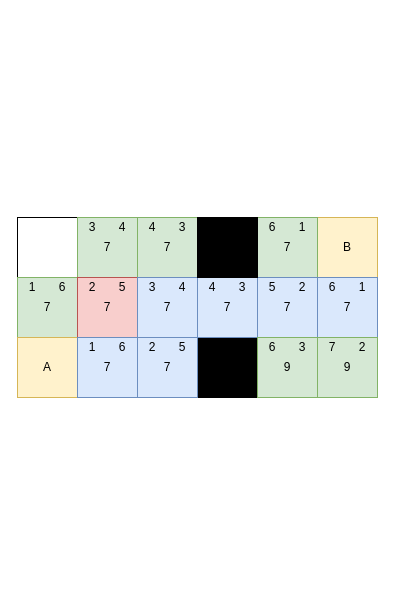
Earlier version of the draw.io diagram draw.io/A*.drawio (bezmuth/civ-like-a). Source tidied: cells renumbered, new cells numbered last; positions are measured from the earlier drawing's top-left corner, leaving out a move shared by most shapes. Both pictures are drawn from the tidied source at 100%, with x=0, y=0 at pixel (17, 217).
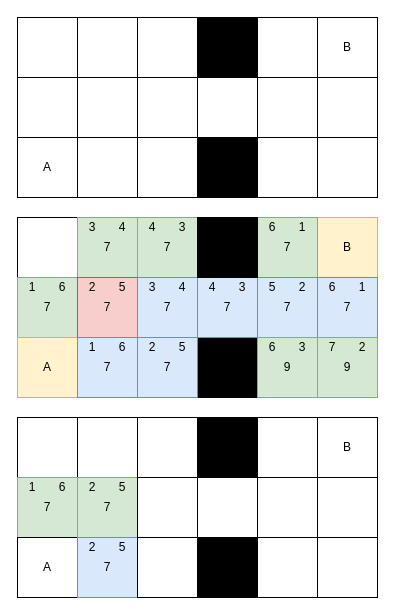
The same page after the edit.

Change to the diagram source:
```diff
@@
+    <mxCell id="47" style="rounded=0;whiteSpace=wrap;html=1;" parent="1" vertex="1">
+      <mxGeometry y="-200" width="60" height="60" as="geometry" />
+    </mxCell>
+    <mxCell id="48" style="rounded=0;whiteSpace=wrap;html=1;" parent="1" vertex="1">
+      <mxGeometry y="-140" width="60" height="60" as="geometry" />
+    </mxCell>
+    <mxCell id="49" value="A" style="rounded=0;whiteSpace=wrap;html=1;" parent="1" vertex="1">
+      <mxGeometry y="-80" width="60" height="60" as="geometry" />
+    </mxCell>
+    <mxCell id="50" style="rounded=0;whiteSpace=wrap;html=1;" parent="1" vertex="1">
+      <mxGeometry x="60" y="-200" width="60" height="60" as="geometry" />
+    </mxCell>
+    <mxCell id="51" style="rounded=0;whiteSpace=wrap;html=1;" parent="1" vertex="1">
+      <mxGeometry x="60" y="-140" width="60" height="60" as="geometry" />
+    </mxCell>
+    <mxCell id="52" style="rounded=0;whiteSpace=wrap;html=1;" parent="1" vertex="1">
+      <mxGeometry x="60" y="-80" width="60" height="60" as="geometry" />
+    </mxCell>
+    <mxCell id="53" style="rounded=0;whiteSpace=wrap;html=1;" parent="1" vertex="1">
+      <mxGeometry x="180" y="-200" width="60" height="60" as="geometry" />
+    </mxCell>
+    <mxCell id="54" style="rounded=0;whiteSpace=wrap;html=1;fillColor=#000000;" parent="1" vertex="1">
+      <mxGeometry x="180" y="-80" width="60" height="60" as="geometry" />
+    </mxCell>
+    <mxCell id="55" style="rounded=0;whiteSpace=wrap;html=1;" parent="1" vertex="1">
+      <mxGeometry x="180" y="-140" width="60" height="60" as="geometry" />
+    </mxCell>
+    <mxCell id="56" style="rounded=0;whiteSpace=wrap;html=1;" parent="1" vertex="1">
+      <mxGeometry x="120" y="-200" width="60" height="60" as="geometry" />
+    </mxCell>
+    <mxCell id="57" style="rounded=0;whiteSpace=wrap;html=1;" parent="1" vertex="1">
+      <mxGeometry x="120" y="-140" width="60" height="60" as="geometry" />
+    </mxCell>
+    <mxCell id="58" style="rounded=0;whiteSpace=wrap;html=1;" parent="1" vertex="1">
+      <mxGeometry x="120" y="-80" width="60" height="60" as="geometry" />
+    </mxCell>
+    <mxCell id="59" value="B" style="rounded=0;whiteSpace=wrap;html=1;" parent="1" vertex="1">
+      <mxGeometry x="300" y="-200" width="60" height="60" as="geometry" />
+    </mxCell>
+    <mxCell id="60" style="rounded=0;whiteSpace=wrap;html=1;" parent="1" vertex="1">
+      <mxGeometry x="300" y="-140" width="60" height="60" as="geometry" />
+    </mxCell>
+    <mxCell id="61" style="rounded=0;whiteSpace=wrap;html=1;" parent="1" vertex="1">
+      <mxGeometry x="300" y="-80" width="60" height="60" as="geometry" />
+    </mxCell>
+    <mxCell id="62" style="rounded=0;whiteSpace=wrap;html=1;" parent="1" vertex="1">
+      <mxGeometry x="240" y="-200" width="60" height="60" as="geometry" />
+    </mxCell>
+    <mxCell id="63" style="rounded=0;whiteSpace=wrap;html=1;" parent="1" vertex="1">
+      <mxGeometry x="240" y="-140" width="60" height="60" as="geometry" />
+    </mxCell>
+    <mxCell id="64" style="rounded=0;whiteSpace=wrap;html=1;" parent="1" vertex="1">
+      <mxGeometry x="240" y="-80" width="60" height="60" as="geometry" />
+    </mxCell>
+    <mxCell id="65" style="rounded=0;whiteSpace=wrap;html=1;fillColor=#000000;" parent="1" vertex="1">
+      <mxGeometry x="180" y="-200" width="60" height="60" as="geometry" />
+    </mxCell>
+    <mxCell id="66" style="rounded=0;whiteSpace=wrap;html=1;" parent="1" vertex="1">
+      <mxGeometry y="200" width="60" height="60" as="geometry" />
+    </mxCell>
+    <mxCell id="67" value="7" style="rounded=0;whiteSpace=wrap;html=1;fillColor=#d5e8d4;strokeColor=#82b366;" parent="1" vertex="1">
+      <mxGeometry y="260" width="60" height="60" as="geometry" />
+    </mxCell>
+    <mxCell id="68" value="A" style="rounded=0;whiteSpace=wrap;html=1;" parent="1" vertex="1">
+      <mxGeometry y="320" width="60" height="60" as="geometry" />
+    </mxCell>
+    <mxCell id="69" style="rounded=0;whiteSpace=wrap;html=1;" parent="1" vertex="1">
+      <mxGeometry x="60" y="200" width="60" height="60" as="geometry" />
+    </mxCell>
+    <mxCell id="70" value="7" style="rounded=0;whiteSpace=wrap;html=1;fillColor=#d5e8d4;strokeColor=#82b366;" parent="1" vertex="1">
+      <mxGeometry x="60" y="260" width="60" height="60" as="geometry" />
+    </mxCell>
+    <mxCell id="71" value="7" style="rounded=0;whiteSpace=wrap;html=1;fillColor=#dae8fc;strokeColor=#6c8ebf;" parent="1" vertex="1">
+      <mxGeometry x="60" y="320" width="60" height="60" as="geometry" />
+    </mxCell>
+    <mxCell id="72" style="rounded=0;whiteSpace=wrap;html=1;" parent="1" vertex="1">
+      <mxGeometry x="180" y="200" width="60" height="60" as="geometry" />
+    </mxCell>
+    <mxCell id="73" style="rounded=0;whiteSpace=wrap;html=1;fillColor=#000000;" parent="1" vertex="1">
+      <mxGeometry x="180" y="320" width="60" height="60" as="geometry" />
+    </mxCell>
+    <mxCell id="74" style="rounded=0;whiteSpace=wrap;html=1;" parent="1" vertex="1">
+      <mxGeometry x="180" y="260" width="60" height="60" as="geometry" />
+    </mxCell>
+    <mxCell id="75" style="rounded=0;whiteSpace=wrap;html=1;" parent="1" vertex="1">
+      <mxGeometry x="120" y="200" width="60" height="60" as="geometry" />
+    </mxCell>
+    <mxCell id="76" style="rounded=0;whiteSpace=wrap;html=1;" parent="1" vertex="1">
+      <mxGeometry x="120" y="260" width="60" height="60" as="geometry" />
+    </mxCell>
+    <mxCell id="77" style="rounded=0;whiteSpace=wrap;html=1;" parent="1" vertex="1">
+      <mxGeometry x="120" y="320" width="60" height="60" as="geometry" />
+    </mxCell>
+    <mxCell id="78" value="B" style="rounded=0;whiteSpace=wrap;html=1;" parent="1" vertex="1">
+      <mxGeometry x="300" y="200" width="60" height="60" as="geometry" />
+    </mxCell>
+    <mxCell id="79" style="rounded=0;whiteSpace=wrap;html=1;" parent="1" vertex="1">
+      <mxGeometry x="300" y="260" width="60" height="60" as="geometry" />
+    </mxCell>
+    <mxCell id="80" style="rounded=0;whiteSpace=wrap;html=1;" parent="1" vertex="1">
+      <mxGeometry x="300" y="320" width="60" height="60" as="geometry" />
+    </mxCell>
+    <mxCell id="81" style="rounded=0;whiteSpace=wrap;html=1;" parent="1" vertex="1">
+      <mxGeometry x="240" y="200" width="60" height="60" as="geometry" />
+    </mxCell>
+    <mxCell id="82" style="rounded=0;whiteSpace=wrap;html=1;" parent="1" vertex="1">
+      <mxGeometry x="240" y="260" width="60" height="60" as="geometry" />
+    </mxCell>
+    <mxCell id="83" style="rounded=0;whiteSpace=wrap;html=1;" parent="1" vertex="1">
+      <mxGeometry x="240" y="320" width="60" height="60" as="geometry" />
+    </mxCell>
+    <mxCell id="84" style="rounded=0;whiteSpace=wrap;html=1;fillColor=#000000;" parent="1" vertex="1">
+      <mxGeometry x="180" y="200" width="60" height="60" as="geometry" />
+    </mxCell>
+    <mxCell id="85" value="1" style="text;html=1;strokeColor=none;fillColor=none;align=center;verticalAlign=middle;whiteSpace=wrap;rounded=0;" parent="1" vertex="1">
+      <mxGeometry y="260" width="30" height="20" as="geometry" />
+    </mxCell>
+    <mxCell id="86" value="6" style="text;html=1;strokeColor=none;fillColor=none;align=center;verticalAlign=middle;whiteSpace=wrap;rounded=0;" parent="1" vertex="1">
+      <mxGeometry x="30" y="260" width="30" height="20" as="geometry" />
+    </mxCell>
+    <mxCell id="87" value="2" style="text;html=1;strokeColor=none;fillColor=none;align=center;verticalAlign=middle;whiteSpace=wrap;rounded=0;" parent="1" vertex="1">
+      <mxGeometry x="60" y="260" width="30" height="20" as="geometry" />
+    </mxCell>
+    <mxCell id="88" value="5" style="text;html=1;strokeColor=none;fillColor=none;align=center;verticalAlign=middle;whiteSpace=wrap;rounded=0;" parent="1" vertex="1">
+      <mxGeometry x="90" y="260" width="30" height="20" as="geometry" />
+    </mxCell>
+    <mxCell id="89" value="2" style="text;html=1;strokeColor=none;fillColor=none;align=center;verticalAlign=middle;whiteSpace=wrap;rounded=0;" parent="1" vertex="1">
+      <mxGeometry x="60" y="320" width="30" height="20" as="geometry" />
+    </mxCell>
+    <mxCell id="90" value="5" style="text;html=1;strokeColor=none;fillColor=none;align=center;verticalAlign=middle;whiteSpace=wrap;rounded=0;" parent="1" vertex="1">
+      <mxGeometry x="90" y="320" width="30" height="20" as="geometry" />
+    </mxCell>
```
